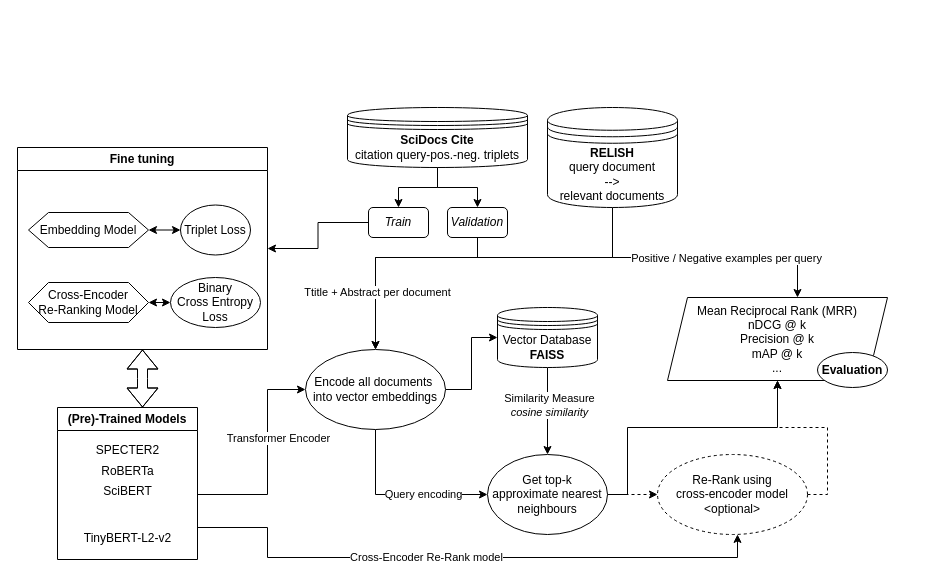
The draw.io diagram AIR_schematic.drawio in PatrickZ1/Scientific-Paper-Recommender, before the edit. Source tidied: cells renumbered, new cells numbered last; positions are measured from the earlier drawing's top-left corner, leaving out a move shared by most shapes. Both pictures are drawn from the tidied source at 100%, with x=0, y=0 at pixel (17, 107).
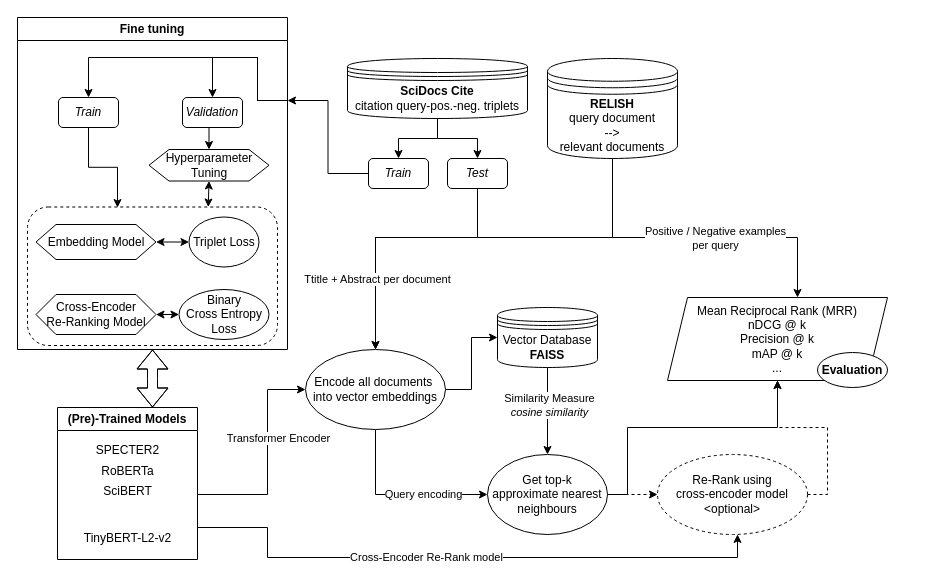
The same page after the edit.

Commit message (it also covers changes not shown here):
add hyperparameter tuning

Unchanged cells that the change refers to:
```xml
<mxCell id="10" value="&lt;i&gt;Train&lt;/i&gt;" style="rounded=1;whiteSpace=wrap;html=1;" parent="6" vertex="1">
  <mxGeometry x="1" y="100" width="60" height="30" as="geometry" />
</mxCell>
<mxCell id="27" value="Encode all documents&amp;nbsp;&lt;br&gt;into vector embeddings" style="ellipse;whiteSpace=wrap;html=1;" parent="1" vertex="1">
  <mxGeometry x="288" y="242" width="140" height="80" as="geometry" />
</mxCell>
<mxCell id="36" value="Mean Reciprocal Rank (MRR)&lt;br&gt;nDCG @ k&lt;br&gt;Precision @ k&lt;br&gt;mAP @ k&lt;br&gt;..." style="shape=parallelogram;perimeter=parallelogramPerimeter;whiteSpace=wrap;html=1;fixedSize=1;" parent="35" vertex="1">
  <mxGeometry width="220" height="83" as="geometry" />
</mxCell>
```

What changed in the source:
```diff
@@
     <mxCell id="2" style="edgeStyle=orthogonalEdgeStyle;rounded=0;jettySize=auto;html=1;entryX=0.5;entryY=0;entryDx=0;entryDy=0;exitX=0.5;exitY=1;exitDx=0;exitDy=0;" parent="1" edge="1" source="5" target="27">
       <mxGeometry relative="1" as="geometry">
         <Array as="points">
-          <mxPoint x="595" y="150" />
-          <mxPoint x="358" y="150" />
+          <mxPoint x="595" y="130" />
+          <mxPoint x="358" y="130" />
         </Array>
       </mxGeometry>
     </mxCell>
     <mxCell id="3" style="edgeStyle=orthogonalEdgeStyle;rounded=0;jettySize=auto;html=1;exitX=0.5;exitY=1;exitDx=0;exitDy=0;" parent="1" edge="1" source="5" target="36">
       <mxGeometry relative="1" as="geometry">
         <Array as="points">
-          <mxPoint x="595" y="150" />
-          <mxPoint x="780" y="150" />
+          <mxPoint x="595" y="130" />
+          <mxPoint x="780" y="130" />
         </Array>
       </mxGeometry>
     </mxCell>
-    <mxCell id="4" value="Positive / Negative examples per query" style="edgeLabel;html=1;align=center;verticalAlign=middle;" parent="3" vertex="1">
+    <mxCell id="4" value="Positive / Negative examples&lt;br&gt;per query" style="edgeLabel;html=1;align=center;verticalAlign=middle;" parent="3" vertex="1">
       <mxGeometry y="-1" relative="1" as="geometry">
-        <mxPoint x="25" y="-1" as="offset" />
+        <mxPoint x="19" y="-1" as="offset" />
       </mxGeometry>
     </mxCell>
     <mxCell id="5" value="&lt;b&gt;RELISH&lt;/b&gt;&lt;br&gt;query document&lt;br&gt;--&amp;gt;&lt;br&gt;relevant documents" style="shape=datastore;whiteSpace=wrap;html=1;" parent="1" vertex="1">
-      <mxGeometry x="530" width="130" height="100" as="geometry" />
+      <mxGeometry x="530" y="-49" width="130" height="100" as="geometry" />
     </mxCell>
     <mxCell id="6" style="group;" parent="1" vertex="1">
-      <mxGeometry x="350" width="160" height="130" as="geometry" />
+      <mxGeometry x="350" y="-49" width="160" height="130" as="geometry" />
     </mxCell>
@@
-    <mxCell id="9" value="&lt;i&gt;Validation&lt;/i&gt;" style="rounded=1;whiteSpace=wrap;html=1;" parent="6" vertex="1">
+    <mxCell id="9" value="&lt;i&gt;Test&lt;/i&gt;" style="rounded=1;whiteSpace=wrap;html=1;" parent="6" vertex="1">
       <mxGeometry x="80" y="100" width="60" height="30" as="geometry" />
     </mxCell>
@@
     <mxCell id="33" style="edgeStyle=orthogonalEdgeStyle;rounded=0;jettySize=auto;html=1;entryX=0.5;entryY=0;entryDx=0;entryDy=0;" parent="1" edge="1" source="9" target="27">
       <mxGeometry relative="1" as="geometry">
         <Array as="points">
-          <mxPoint x="460" y="150" />
-          <mxPoint x="358" y="150" />
+          <mxPoint x="460" y="130" />
+          <mxPoint x="358" y="130" />
         </Array>
       </mxGeometry>
     </mxCell>
@@
     <mxCell id="38" value="Fine tuning" style="swimlane;whiteSpace=wrap;html=1;" parent="1" vertex="1">
-      <mxGeometry y="40" width="250" height="202" as="geometry" />
+      <mxGeometry y="-90" width="270" height="332" as="geometry" />
     </mxCell>
+    <mxCell id="47" style="rounded=1;whiteSpace=wrap;html=1;dashed=1;" parent="38" vertex="1">
+      <mxGeometry x="10" y="189.5" width="250" height="138.5" as="geometry" />
+    </mxCell>
+    <mxCell id="48" style="edgeStyle=orthogonalEdgeStyle;rounded=0;jettySize=auto;html=1;exitX=0.5;exitY=1;exitDx=0;exitDy=0;entryX=0.5;entryY=0;entryDx=0;entryDy=0;" parent="38" edge="1" source="49" target="51">
+      <mxGeometry relative="1" as="geometry" />
+    </mxCell>
+    <mxCell id="49" value="&lt;i&gt;Validation&lt;/i&gt;" style="rounded=1;whiteSpace=wrap;html=1;" parent="38" vertex="1">
+      <mxGeometry x="165" y="80" width="60" height="30" as="geometry" />
+    </mxCell>
+    <mxCell id="50" value="&lt;i&gt;Train&lt;/i&gt;" style="rounded=1;whiteSpace=wrap;html=1;" parent="38" vertex="1">
+      <mxGeometry x="41" y="80" width="60" height="30" as="geometry" />
+    </mxCell>
+    <mxCell id="51" value="Hyperparameter Tuning" style="shape=hexagon;perimeter=hexagonPerimeter2;whiteSpace=wrap;html=1;fixedSize=1;" parent="38" vertex="1">
+      <mxGeometry x="131.5" y="132" width="120" height="31.5" as="geometry" />
+    </mxCell>
+    <mxCell id="52" style="group;" parent="38" vertex="1">
+      <mxGeometry x="18.5" y="199.5" width="233" height="122.5" as="geometry" />
+    </mxCell>
-    <mxCell id="39" value="Embedding Model" style="shape=hexagon;perimeter=hexagonPerimeter2;whiteSpace=wrap;html=1;fixedSize=1;" parent="38" vertex="1">
-      <mxGeometry x="11" y="65" width="120" height="35" as="geometry" />
+    <mxCell id="39" value="Embedding Model" style="shape=hexagon;perimeter=hexagonPerimeter2;whiteSpace=wrap;html=1;fixedSize=1;" parent="52" vertex="1">
+      <mxGeometry y="7.5" width="120" height="35" as="geometry" />
     </mxCell>
-    <mxCell id="40" value="Triplet Loss" style="ellipse;whiteSpace=wrap;html=1;" parent="38" vertex="1">
-      <mxGeometry x="163" y="57.5" width="70" height="50" as="geometry" />
+    <mxCell id="40" value="Triplet Loss" style="ellipse;whiteSpace=wrap;html=1;" parent="52" vertex="1">
+      <mxGeometry x="153" width="70" height="50" as="geometry" />
     </mxCell>
-    <mxCell id="41" value="Cross-Encoder&lt;br&gt;Re-Ranking Model" style="shape=hexagon;perimeter=hexagonPerimeter2;whiteSpace=wrap;html=1;fixedSize=1;" parent="38" vertex="1">
-      <mxGeometry x="11" y="135" width="120" height="40" as="geometry" />
+    <mxCell id="41" value="Cross-Encoder&lt;br&gt;Re-Ranking Model" style="shape=hexagon;perimeter=hexagonPerimeter2;whiteSpace=wrap;html=1;fixedSize=1;" parent="52" vertex="1">
+      <mxGeometry y="77.5" width="120" height="40" as="geometry" />
     </mxCell>
-    <mxCell id="42" value="Binary&lt;br&gt;Cross Entropy&lt;br&gt;Loss" style="ellipse;whiteSpace=wrap;html=1;" parent="38" vertex="1">
-      <mxGeometry x="153" y="130" width="90" height="50" as="geometry" />
+    <mxCell id="42" value="Binary&lt;br&gt;Cross Entropy&lt;br&gt;Loss" style="ellipse;whiteSpace=wrap;html=1;" parent="52" vertex="1">
+      <mxGeometry x="143" y="72.5" width="90" height="50" as="geometry" />
     </mxCell>
-    <mxCell id="43" style="endArrow=classic;startArrow=classic;html=1;rounded=0;exitX=1;exitY=0.5;exitDx=0;exitDy=0;entryX=0;entryY=0.5;entryDx=0;entryDy=0;" parent="38" edge="1" source="41" target="42">
+    <mxCell id="43" style="endArrow=classic;startArrow=classic;html=1;rounded=0;exitX=1;exitY=0.5;exitDx=0;exitDy=0;entryX=0;entryY=0.5;entryDx=0;entryDy=0;" parent="52" edge="1" source="41" target="42">
       <mxGeometry relative="1" as="geometry" />
     </mxCell>
-    <mxCell id="44" style="endArrow=classic;startArrow=classic;html=1;rounded=0;exitX=1;exitY=0.5;exitDx=0;exitDy=0;entryX=0;entryY=0.5;entryDx=0;entryDy=0;" parent="38" edge="1" source="39" target="40">
+    <mxCell id="44" style="endArrow=classic;startArrow=classic;html=1;rounded=0;exitX=1;exitY=0.5;exitDx=0;exitDy=0;entryX=0;entryY=0.5;entryDx=0;entryDy=0;" parent="52" edge="1" source="39" target="40">
       <mxGeometry relative="1" as="geometry" />
     </mxCell>
+    <mxCell id="53" style="endArrow=classic;startArrow=classic;html=1;rounded=0;exitX=0.5;exitY=1;exitDx=0;exitDy=0;entryX=0.723;entryY=0.00;entryDx=0;entryDy=0;entryPerimeter=0;" parent="38" edge="1" source="51" target="47">
+      <mxGeometry relative="1" as="geometry" />
+    </mxCell>
+    <mxCell id="54" style="edgeStyle=orthogonalEdgeStyle;rounded=0;jettySize=auto;html=1;exitX=0.5;exitY=1;exitDx=0;exitDy=0;entryX=0.36;entryY=0.004;entryDx=0;entryDy=0;entryPerimeter=0;" parent="38" edge="1" source="50" target="47">
+      <mxGeometry relative="1" as="geometry" />
+    </mxCell>
+    <mxCell id="55" style="edgeStyle=orthogonalEdgeStyle;rounded=0;jettySize=auto;html=1;exitX=1;exitY=0.25;exitDx=0;exitDy=0;entryX=0.5;entryY=0;entryDx=0;entryDy=0;" parent="38" edge="1" source="38" target="50">
+      <mxGeometry relative="1" as="geometry">
+        <Array as="points">
+          <mxPoint x="240" y="83" />
+          <mxPoint x="240" y="40" />
+          <mxPoint x="71" y="40" />
+        </Array>
+      </mxGeometry>
+    </mxCell>
+    <mxCell id="56" style="edgeStyle=orthogonalEdgeStyle;rounded=0;jettySize=auto;html=1;exitX=1;exitY=0.25;exitDx=0;exitDy=0;entryX=0.5;entryY=0;entryDx=0;entryDy=0;" parent="38" edge="1" source="38" target="49">
+      <mxGeometry relative="1" as="geometry">
+        <Array as="points">
+          <mxPoint x="240" y="83" />
+          <mxPoint x="240" y="40" />
+          <mxPoint x="195" y="40" />
+        </Array>
+      </mxGeometry>
+    </mxCell>
@@
-    <mxCell id="46" style="edgeStyle=orthogonalEdgeStyle;rounded=0;jettySize=auto;html=1;exitX=0;exitY=0.5;exitDx=0;exitDy=0;entryX=1;entryY=0.5;entryDx=0;entryDy=0;" parent="1" edge="1" source="10" target="38">
+    <mxCell id="46" style="edgeStyle=orthogonalEdgeStyle;rounded=0;jettySize=auto;html=1;exitX=0;exitY=0.5;exitDx=0;exitDy=0;entryX=1;entryY=0.25;entryDx=0;entryDy=0;" parent="1" edge="1" source="10" target="38">
       <mxGeometry relative="1" as="geometry" />
     </mxCell>
```
